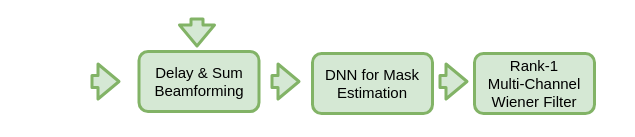
Before: page "Speech Enhancement Pipeline" (2 of 2) of vocadom_doa_se.drawio in sunits/Random, a draw.io diagram. Source tidied: cells renumbered, new cells numbered last; positions are measured from the earlier drawing's top-left corner, leaving out a move shared by most shapes. Both pictures are drawn from the tidied source at 100%, with x=0, y=0 at pixel (90, 17).
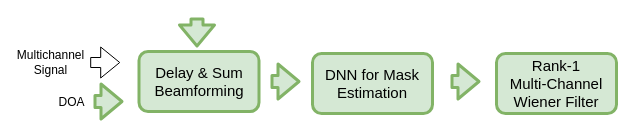
After the change.

The edit, as a diff of the source:
```diff
@@
 <mxGraphModel>
   <root>
     <mxCell id="0" />
     <mxCell id="1" parent="0" />
     <mxCell id="2" value="&lt;div style=&quot;font-size: 15px&quot;&gt;&lt;font style=&quot;font-size: 15px&quot;&gt;Delay &amp;amp; Sum &lt;br&gt;&lt;/font&gt;&lt;/div&gt;&lt;div style=&quot;font-size: 15px&quot;&gt;&lt;font style=&quot;font-size: 15px&quot;&gt;Beamforming&lt;br&gt;&lt;/font&gt;&lt;/div&gt;" style="rounded=1;whiteSpace=wrap;html=1;comic=0;fillColor=#d5e8d4;strokeColor=#82b366;strokeWidth=3;" parent="1" vertex="1">
       <mxGeometry x="48.5" y="34" width="120" height="60" as="geometry" />
     </mxCell>
     <mxCell id="3" style="shape=flexArrow;endArrow=classic;html=1;fillColor=#d5e8d4;strokeColor=#82b366;strokeWidth=3;" parent="1" edge="1">
       <mxGeometry relative="1" as="geometry">
         <mxPoint x="106.5" as="sourcePoint" />
         <mxPoint x="106.5" y="30" as="targetPoint" />
       </mxGeometry>
     </mxCell>
     <mxCell id="4" value="&lt;div style=&quot;font-size: 15px&quot;&gt;&lt;font style=&quot;font-size: 15px&quot;&gt;DNN for Mask&lt;/font&gt;&lt;/div&gt;&lt;div style=&quot;font-size: 15px&quot;&gt;&lt;font style=&quot;font-size: 15px&quot;&gt;Estimation&lt;br&gt;&lt;/font&gt;&lt;/div&gt;" style="rounded=1;whiteSpace=wrap;html=1;comic=0;fillColor=#d5e8d4;strokeColor=#82b366;strokeWidth=3;" parent="1" vertex="1">
       <mxGeometry x="222" y="36" width="120" height="60" as="geometry" />
     </mxCell>
     <mxCell id="5" value="&lt;div style=&quot;font-size: 15px&quot;&gt;&lt;font style=&quot;font-size: 15px&quot;&gt;Rank-1&lt;/font&gt;&lt;/div&gt;&lt;div style=&quot;font-size: 15px&quot;&gt;&lt;font style=&quot;font-size: 15px&quot;&gt;Multi-Channel&lt;/font&gt;&lt;/div&gt;&lt;div style=&quot;font-size: 15px&quot;&gt;&lt;font style=&quot;font-size: 15px&quot;&gt;Wiener Filter&lt;br&gt;&lt;/font&gt;&lt;/div&gt;" style="rounded=1;whiteSpace=wrap;html=1;comic=0;fillColor=#d5e8d4;strokeColor=#82b366;strokeWidth=3;" parent="1" vertex="1">
-      <mxGeometry x="384" y="36" width="120" height="60" as="geometry" />
+      <mxGeometry x="406" y="36" width="120" height="60" as="geometry" />
     </mxCell>
     <mxCell id="6" style="shape=flexArrow;endArrow=classic;html=1;fillColor=#d5e8d4;strokeColor=#82b366;strokeWidth=3;" parent="1" edge="1">
       <mxGeometry relative="1" as="geometry">
         <mxPoint x="180" y="64" as="sourcePoint" />
         <mxPoint x="210" y="64" as="targetPoint" />
       </mxGeometry>
     </mxCell>
     <mxCell id="7" style="shape=flexArrow;endArrow=classic;html=1;fillColor=#d5e8d4;strokeColor=#82b366;strokeWidth=3;" parent="1" edge="1">
       <mxGeometry relative="1" as="geometry">
-        <mxPoint x="348" y="64" as="sourcePoint" />
-        <mxPoint x="378" y="64" as="targetPoint" />
+        <mxPoint x="360" y="64" as="sourcePoint" />
+        <mxPoint x="390" y="64" as="targetPoint" />
       </mxGeometry>
     </mxCell>
     <mxCell id="8" style="shape=flexArrow;endArrow=classic;html=1;fillColor=#d5e8d4;strokeColor=#82b366;strokeWidth=3;" parent="1" edge="1">
       <mxGeometry relative="1" as="geometry">
-        <mxPoint y="64" as="sourcePoint" />
-        <mxPoint x="30" y="64" as="targetPoint" />
+        <mxPoint x="3" y="84" as="sourcePoint" />
+        <mxPoint x="33" y="84" as="targetPoint" />
       </mxGeometry>
     </mxCell>
+    <mxCell id="9" value="DOA" style="text;html=1;align=center;verticalAlign=middle;labelBackgroundColor=#ffffff;" parent="8" vertex="1">
+      <mxGeometry x="-0.27" y="-5" relative="1" as="geometry">
+        <mxPoint x="-34" y="-5" as="offset" />
+      </mxGeometry>
+    </mxCell>
+    <mxCell id="10" style="shape=flexArrow;endArrow=classic;html=1;" parent="1" edge="1">
+      <mxGeometry relative="1" as="geometry">
+        <mxPoint x="-0.3" y="45" as="sourcePoint" />
+        <mxPoint x="29.7" y="45" as="targetPoint" />
+      </mxGeometry>
+    </mxCell>
+    <mxCell id="11" value="&lt;div&gt;Multichannel&lt;/div&gt;&lt;div&gt;Signal&lt;br&gt;&lt;/div&gt;" style="text;html=1;align=center;verticalAlign=middle;labelBackgroundColor=#ffffff;" parent="10" vertex="1">
+      <mxGeometry x="-0.91" y="4" relative="1" as="geometry">
+        <mxPoint x="-41" y="3" as="offset" />
+      </mxGeometry>
+    </mxCell>
   </root>
 </mxGraphModel>
```
